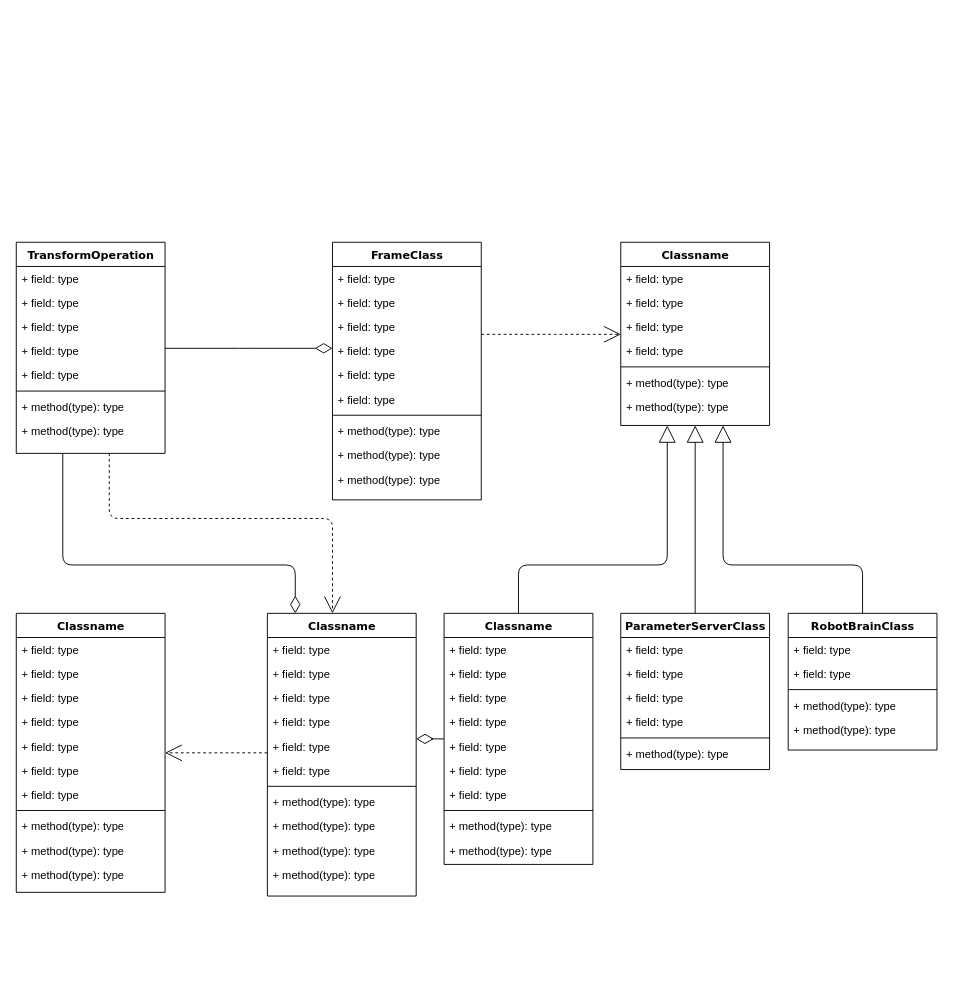
The draw.io diagram software/software_class_diagram.drawio in Betamax58/coupe-de-france, before the edit. Source tidied: cells renumbered, new cells numbered last; positions are measured from the earlier drawing's top-left corner, leaving out a move shared by most shapes. Both pictures are drawn from the tidied source at 93%, with x=0, y=0 at pixel (16, 242).
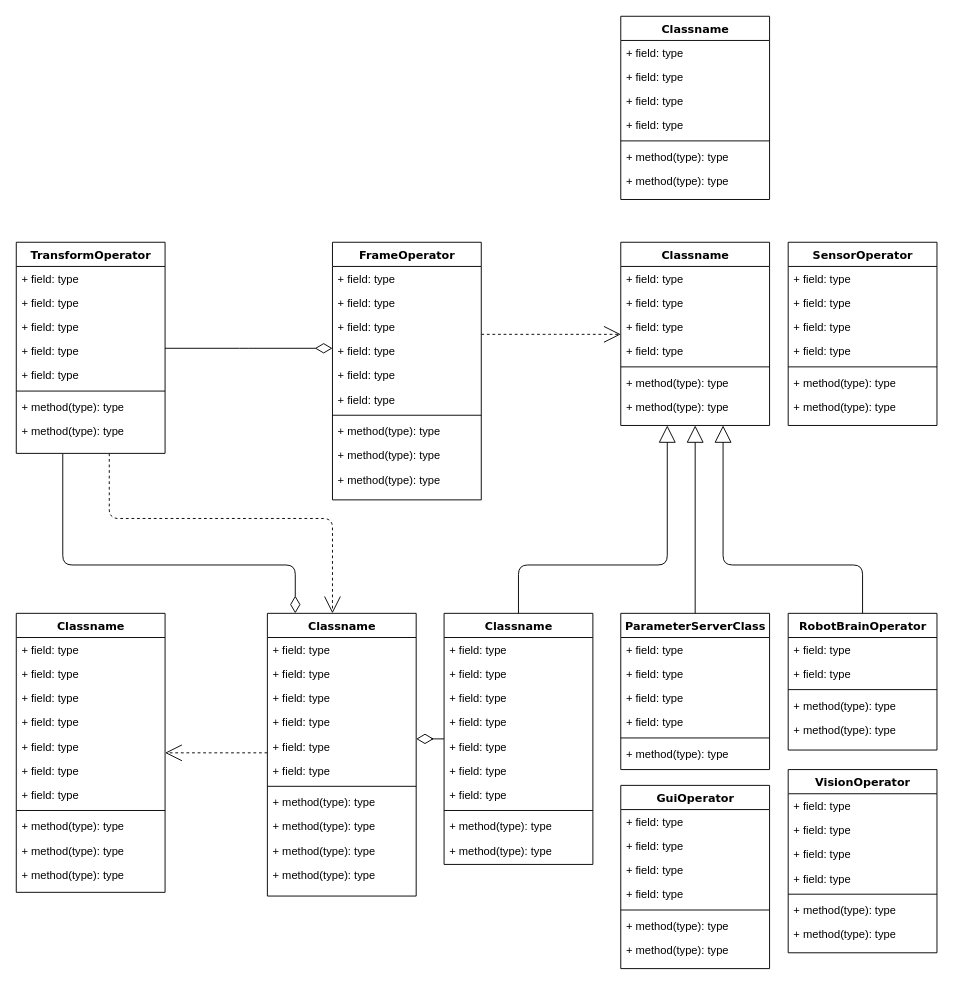
After the change.

Commit message:
Mettre à jour software_class_diagram.drawio

The edit, as a diff of the source:
```diff
@@
-    <mxCell id="4" value="TransformOperation" style="swimlane;html=1;fontStyle=1;align=center;verticalAlign=top;horizontal=1;startSize=26;swimlaneFillColor=#ffffff;rounded=0;shadow=0;comic=0;labelBackgroundColor=none;strokeWidth=1;fillColor=none;fontFamily=Verdana;fontSize=12;" parent="1" vertex="1">
+    <mxCell id="4" value="TransformOperator" style="swimlane;html=1;fontStyle=1;align=center;verticalAlign=top;horizontal=1;startSize=26;swimlaneFillColor=#ffffff;rounded=0;shadow=0;comic=0;labelBackgroundColor=none;strokeWidth=1;fillColor=none;fontFamily=Verdana;fontSize=12;" parent="1" vertex="1">
       <mxGeometry width="160" height="227" as="geometry" />
     </mxCell>
@@
-    <mxCell id="14" value="FrameClass" style="swimlane;html=1;fontStyle=1;align=center;verticalAlign=top;horizontal=1;startSize=26;swimlaneFillColor=#ffffff;rounded=0;shadow=0;comic=0;labelBackgroundColor=none;strokeWidth=1;fillColor=none;fontFamily=Verdana;fontSize=12;" parent="1" vertex="1">
+    <mxCell id="14" value="FrameOperator" style="swimlane;html=1;fontStyle=1;align=center;verticalAlign=top;horizontal=1;startSize=26;swimlaneFillColor=#ffffff;rounded=0;shadow=0;comic=0;labelBackgroundColor=none;strokeWidth=1;fillColor=none;fontFamily=Verdana;fontSize=12;" parent="1" vertex="1">
       <mxGeometry x="340" width="160" height="277" as="geometry" />
     </mxCell>
@@
-    <mxCell id="80" value="RobotBrainClass" style="swimlane;html=1;fontStyle=1;align=center;verticalAlign=top;horizontal=1;startSize=26;swimlaneFillColor=#ffffff;rounded=0;shadow=0;comic=0;labelBackgroundColor=none;strokeWidth=1;fillColor=none;fontFamily=Verdana;fontSize=12;" parent="1" vertex="1">
+    <mxCell id="80" value="RobotBrainOperator" style="swimlane;html=1;fontStyle=1;align=center;verticalAlign=top;horizontal=1;startSize=26;swimlaneFillColor=#ffffff;rounded=0;shadow=0;comic=0;labelBackgroundColor=none;strokeWidth=1;fillColor=none;fontFamily=Verdana;fontSize=12;" parent="1" vertex="1">
       <mxGeometry x="830" y="399" width="160" height="147" as="geometry" />
     </mxCell>
@@
+    <mxCell id="87" value="SensorOperator" style="swimlane;html=1;fontStyle=1;align=center;verticalAlign=top;horizontal=1;startSize=26;swimlaneFillColor=#ffffff;rounded=0;shadow=0;comic=0;labelBackgroundColor=none;strokeWidth=1;fillColor=none;fontFamily=Verdana;fontSize=12;" parent="1" vertex="1">
+      <mxGeometry x="830" width="160" height="197" as="geometry" />
+    </mxCell>
+    <mxCell id="88" value="+ field: type" style="text;html=1;strokeColor=none;fillColor=none;align=left;verticalAlign=top;spacingLeft=4;spacingRight=4;whiteSpace=wrap;overflow=hidden;" parent="87" vertex="1">
+      <mxGeometry y="26" width="160" height="26" as="geometry" />
+    </mxCell>
+    <mxCell id="89" value="+ field: type" style="text;html=1;strokeColor=none;fillColor=none;align=left;verticalAlign=top;spacingLeft=4;spacingRight=4;whiteSpace=wrap;overflow=hidden;" parent="87" vertex="1">
+      <mxGeometry y="52" width="160" height="26" as="geometry" />
+    </mxCell>
+    <mxCell id="90" value="+ field: type" style="text;html=1;strokeColor=none;fillColor=none;align=left;verticalAlign=top;spacingLeft=4;spacingRight=4;whiteSpace=wrap;overflow=hidden;" parent="87" vertex="1">
+      <mxGeometry y="78" width="160" height="26" as="geometry" />
+    </mxCell>
+    <mxCell id="91" value="+ field: type" style="text;html=1;strokeColor=none;fillColor=none;align=left;verticalAlign=top;spacingLeft=4;spacingRight=4;whiteSpace=wrap;overflow=hidden;" parent="87" vertex="1">
+      <mxGeometry y="104" width="160" height="26" as="geometry" />
+    </mxCell>
+    <mxCell id="92" style="line;html=1;strokeWidth=1;fillColor=none;align=left;verticalAlign=middle;spacingTop=-1;spacingLeft=3;spacingRight=3;labelPosition=right;" parent="87" vertex="1">
+      <mxGeometry y="130" width="160" height="8" as="geometry" />
+    </mxCell>
+    <mxCell id="93" value="+ method(type): type" style="text;html=1;strokeColor=none;fillColor=none;align=left;verticalAlign=top;spacingLeft=4;spacingRight=4;whiteSpace=wrap;overflow=hidden;" parent="87" vertex="1">
+      <mxGeometry y="138" width="160" height="26" as="geometry" />
+    </mxCell>
+    <mxCell id="94" value="+ method(type): type" style="text;html=1;strokeColor=none;fillColor=none;align=left;verticalAlign=top;spacingLeft=4;spacingRight=4;whiteSpace=wrap;overflow=hidden;" parent="87" vertex="1">
+      <mxGeometry y="164" width="160" height="26" as="geometry" />
+    </mxCell>
+    <mxCell id="95" value="VisionOperator" style="swimlane;html=1;fontStyle=1;align=center;verticalAlign=top;horizontal=1;startSize=26;swimlaneFillColor=#ffffff;rounded=0;shadow=0;comic=0;labelBackgroundColor=none;strokeWidth=1;fillColor=none;fontFamily=Verdana;fontSize=12;" parent="1" vertex="1">
+      <mxGeometry x="830" y="567" width="160" height="197" as="geometry" />
+    </mxCell>
+    <mxCell id="96" value="+ field: type" style="text;html=1;strokeColor=none;fillColor=none;align=left;verticalAlign=top;spacingLeft=4;spacingRight=4;whiteSpace=wrap;overflow=hidden;" parent="95" vertex="1">
+      <mxGeometry y="26" width="160" height="26" as="geometry" />
+    </mxCell>
+    <mxCell id="97" value="+ field: type" style="text;html=1;strokeColor=none;fillColor=none;align=left;verticalAlign=top;spacingLeft=4;spacingRight=4;whiteSpace=wrap;overflow=hidden;" parent="95" vertex="1">
+      <mxGeometry y="52" width="160" height="26" as="geometry" />
+    </mxCell>
+    <mxCell id="98" value="+ field: type" style="text;html=1;strokeColor=none;fillColor=none;align=left;verticalAlign=top;spacingLeft=4;spacingRight=4;whiteSpace=wrap;overflow=hidden;" parent="95" vertex="1">
+      <mxGeometry y="78" width="160" height="26" as="geometry" />
+    </mxCell>
+    <mxCell id="99" value="+ field: type" style="text;html=1;strokeColor=none;fillColor=none;align=left;verticalAlign=top;spacingLeft=4;spacingRight=4;whiteSpace=wrap;overflow=hidden;" parent="95" vertex="1">
+      <mxGeometry y="104" width="160" height="26" as="geometry" />
+    </mxCell>
+    <mxCell id="100" style="line;html=1;strokeWidth=1;fillColor=none;align=left;verticalAlign=middle;spacingTop=-1;spacingLeft=3;spacingRight=3;labelPosition=right;" parent="95" vertex="1">
+      <mxGeometry y="130" width="160" height="8" as="geometry" />
+    </mxCell>
+    <mxCell id="101" value="+ method(type): type" style="text;html=1;strokeColor=none;fillColor=none;align=left;verticalAlign=top;spacingLeft=4;spacingRight=4;whiteSpace=wrap;overflow=hidden;" parent="95" vertex="1">
+      <mxGeometry y="138" width="160" height="26" as="geometry" />
+    </mxCell>
+    <mxCell id="102" value="+ method(type): type" style="text;html=1;strokeColor=none;fillColor=none;align=left;verticalAlign=top;spacingLeft=4;spacingRight=4;whiteSpace=wrap;overflow=hidden;" parent="95" vertex="1">
+      <mxGeometry y="164" width="160" height="26" as="geometry" />
+    </mxCell>
+    <mxCell id="103" value="Classname" style="swimlane;html=1;fontStyle=1;align=center;verticalAlign=top;horizontal=1;startSize=26;swimlaneFillColor=#ffffff;rounded=0;shadow=0;comic=0;labelBackgroundColor=none;strokeWidth=1;fillColor=none;fontFamily=Verdana;fontSize=12;" parent="1" vertex="1">
+      <mxGeometry x="650" y="-243" width="160" height="197" as="geometry" />
+    </mxCell>
+    <mxCell id="104" value="+ field: type" style="text;html=1;strokeColor=none;fillColor=none;align=left;verticalAlign=top;spacingLeft=4;spacingRight=4;whiteSpace=wrap;overflow=hidden;" parent="103" vertex="1">
+      <mxGeometry y="26" width="160" height="26" as="geometry" />
+    </mxCell>
+    <mxCell id="105" value="+ field: type" style="text;html=1;strokeColor=none;fillColor=none;align=left;verticalAlign=top;spacingLeft=4;spacingRight=4;whiteSpace=wrap;overflow=hidden;" parent="103" vertex="1">
+      <mxGeometry y="52" width="160" height="26" as="geometry" />
+    </mxCell>
+    <mxCell id="106" value="+ field: type" style="text;html=1;strokeColor=none;fillColor=none;align=left;verticalAlign=top;spacingLeft=4;spacingRight=4;whiteSpace=wrap;overflow=hidden;" parent="103" vertex="1">
+      <mxGeometry y="78" width="160" height="26" as="geometry" />
+    </mxCell>
+    <mxCell id="107" value="+ field: type" style="text;html=1;strokeColor=none;fillColor=none;align=left;verticalAlign=top;spacingLeft=4;spacingRight=4;whiteSpace=wrap;overflow=hidden;" parent="103" vertex="1">
+      <mxGeometry y="104" width="160" height="26" as="geometry" />
+    </mxCell>
+    <mxCell id="108" style="line;html=1;strokeWidth=1;fillColor=none;align=left;verticalAlign=middle;spacingTop=-1;spacingLeft=3;spacingRight=3;labelPosition=right;" parent="103" vertex="1">
+      <mxGeometry y="130" width="160" height="8" as="geometry" />
+    </mxCell>
+    <mxCell id="109" value="+ method(type): type" style="text;html=1;strokeColor=none;fillColor=none;align=left;verticalAlign=top;spacingLeft=4;spacingRight=4;whiteSpace=wrap;overflow=hidden;" parent="103" vertex="1">
+      <mxGeometry y="138" width="160" height="26" as="geometry" />
+    </mxCell>
+    <mxCell id="110" value="+ method(type): type" style="text;html=1;strokeColor=none;fillColor=none;align=left;verticalAlign=top;spacingLeft=4;spacingRight=4;whiteSpace=wrap;overflow=hidden;" parent="103" vertex="1">
+      <mxGeometry y="164" width="160" height="26" as="geometry" />
+    </mxCell>
+    <mxCell id="111" value="GuiOperator" style="swimlane;html=1;fontStyle=1;align=center;verticalAlign=top;horizontal=1;startSize=26;swimlaneFillColor=#ffffff;rounded=0;shadow=0;comic=0;labelBackgroundColor=none;strokeWidth=1;fillColor=none;fontFamily=Verdana;fontSize=12;" parent="1" vertex="1">
+      <mxGeometry x="650" y="584" width="160" height="197" as="geometry" />
+    </mxCell>
+    <mxCell id="112" value="+ field: type" style="text;html=1;strokeColor=none;fillColor=none;align=left;verticalAlign=top;spacingLeft=4;spacingRight=4;whiteSpace=wrap;overflow=hidden;" parent="111" vertex="1">
+      <mxGeometry y="26" width="160" height="26" as="geometry" />
+    </mxCell>
+    <mxCell id="113" value="+ field: type" style="text;html=1;strokeColor=none;fillColor=none;align=left;verticalAlign=top;spacingLeft=4;spacingRight=4;whiteSpace=wrap;overflow=hidden;" parent="111" vertex="1">
+      <mxGeometry y="52" width="160" height="26" as="geometry" />
+    </mxCell>
+    <mxCell id="114" value="+ field: type" style="text;html=1;strokeColor=none;fillColor=none;align=left;verticalAlign=top;spacingLeft=4;spacingRight=4;whiteSpace=wrap;overflow=hidden;" parent="111" vertex="1">
+      <mxGeometry y="78" width="160" height="26" as="geometry" />
+    </mxCell>
+    <mxCell id="115" value="+ field: type" style="text;html=1;strokeColor=none;fillColor=none;align=left;verticalAlign=top;spacingLeft=4;spacingRight=4;whiteSpace=wrap;overflow=hidden;" parent="111" vertex="1">
+      <mxGeometry y="104" width="160" height="26" as="geometry" />
+    </mxCell>
+    <mxCell id="116" style="line;html=1;strokeWidth=1;fillColor=none;align=left;verticalAlign=middle;spacingTop=-1;spacingLeft=3;spacingRight=3;labelPosition=right;" parent="111" vertex="1">
+      <mxGeometry y="130" width="160" height="8" as="geometry" />
+    </mxCell>
+    <mxCell id="117" value="+ method(type): type" style="text;html=1;strokeColor=none;fillColor=none;align=left;verticalAlign=top;spacingLeft=4;spacingRight=4;whiteSpace=wrap;overflow=hidden;" parent="111" vertex="1">
+      <mxGeometry y="138" width="160" height="26" as="geometry" />
+    </mxCell>
+    <mxCell id="118" value="+ method(type): type" style="text;html=1;strokeColor=none;fillColor=none;align=left;verticalAlign=top;spacingLeft=4;spacingRight=4;whiteSpace=wrap;overflow=hidden;" parent="111" vertex="1">
+      <mxGeometry y="164" width="160" height="26" as="geometry" />
+    </mxCell>
```
